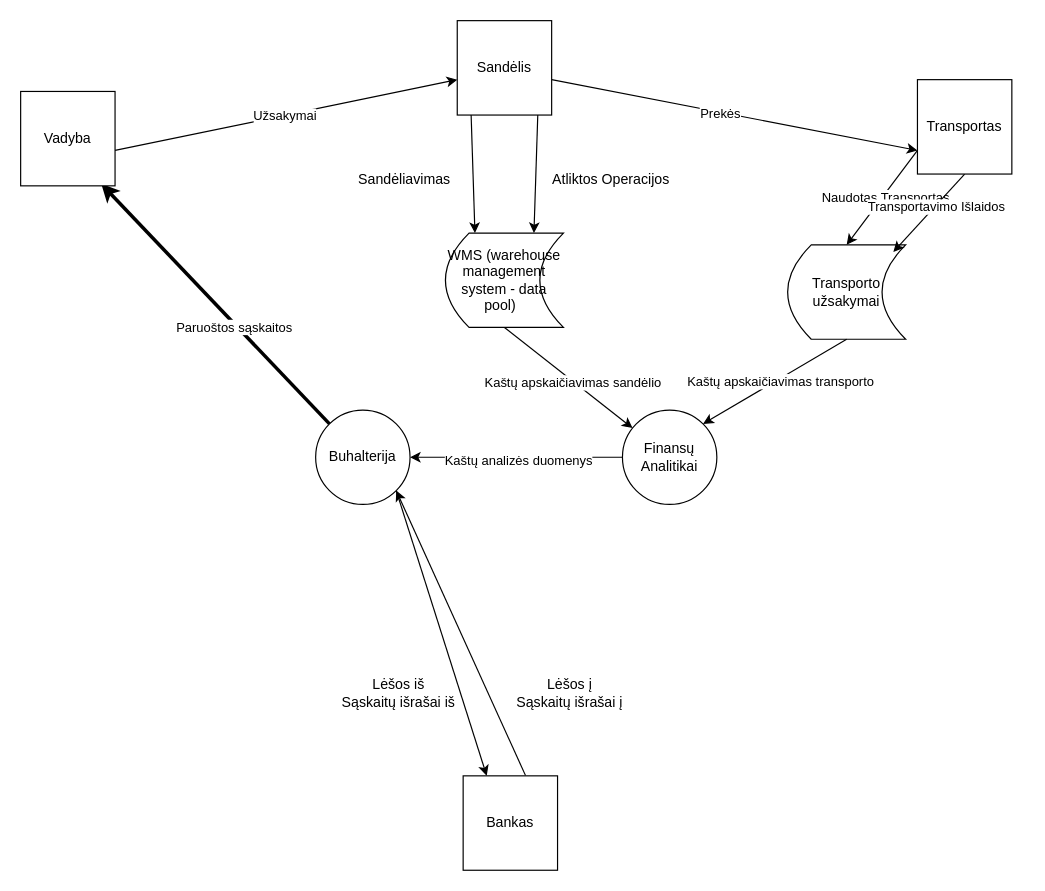
D0mazo/Studijos keeps this draw.io diagram as page "Pirmas Lygis" (3 of 4) of Untitled Diagram.drawio. Above is the earlier version. Source tidied: cells renumbered, new cells numbered last; positions are measured from the earlier drawing's top-left corner, leaving out a move shared by most shapes. Both pictures are drawn from the tidied source at 118%, with x=0, y=0 at pixel (20, 20).
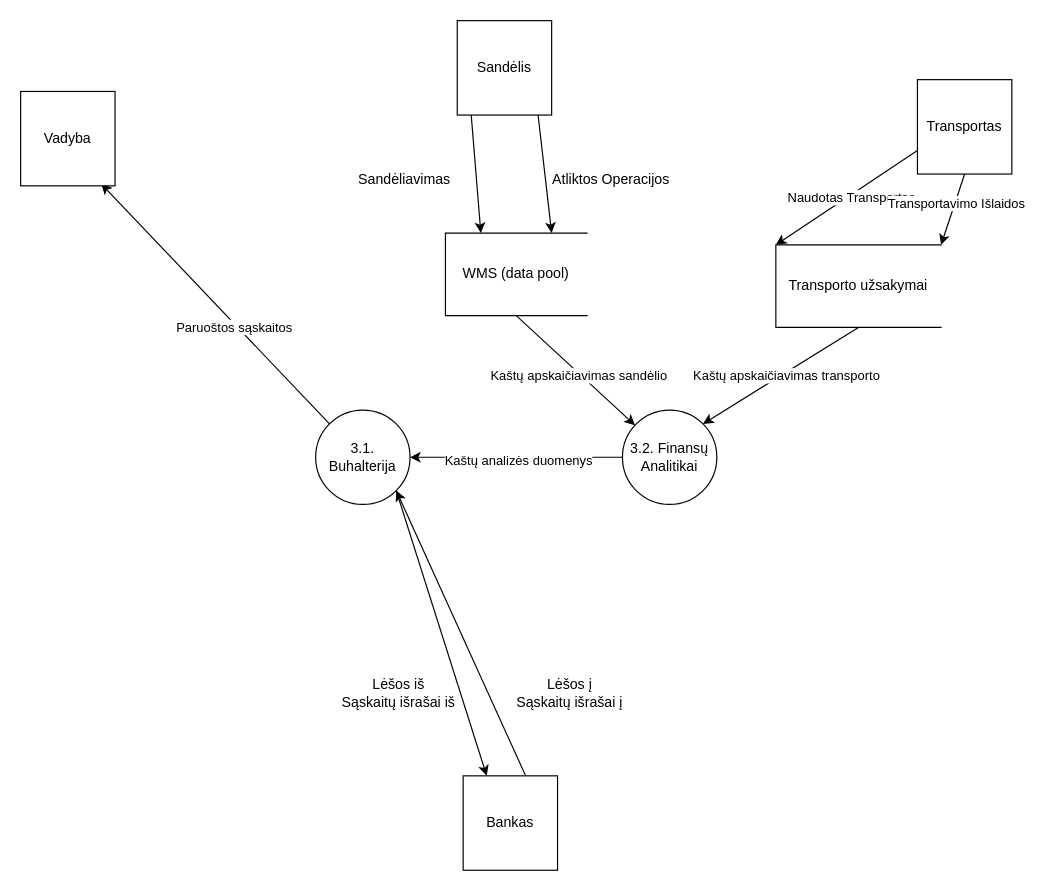
After the change.

The change refers to these unchanged cells:
```xml
<mxCell id="33" value="Transportas" style="whiteSpace=wrap;html=1;" parent="1" vertex="1">
  <mxGeometry x="760" y="50" width="80" height="80" as="geometry" />
</mxCell>
```

What changed in the source:
```diff
@@
-    <mxCell id="7" style="endArrow=classic;html=1;rounded=0;exitX=1;exitY=0.5;exitDx=0;exitDy=0;entryX=0;entryY=0.5;entryDx=0;entryDy=0;" parent="1" edge="1">
-      <mxGeometry relative="1" as="geometry">
-        <mxPoint x="450" y="50" as="sourcePoint" />
-        <mxPoint x="760" y="110" as="targetPoint" />
-      </mxGeometry>
-    </mxCell>
-    <mxCell id="8" value="Prekės" style="edgeLabel;html=1;align=center;verticalAlign=middle;" parent="7" vertex="1">
-      <mxGeometry x="-0.08" y="-1" relative="1" as="geometry" />
-    </mxCell>
-    <mxCell id="9" style="endArrow=classic;html=1;rounded=0;exitX=1;exitY=0.5;exitDx=0;exitDy=0;entryX=0;entryY=0.5;entryDx=0;entryDy=0;" parent="1" edge="1">
-      <mxGeometry relative="1" as="geometry">
-        <mxPoint x="80" y="110" as="sourcePoint" />
-        <mxPoint x="370" y="50" as="targetPoint" />
-      </mxGeometry>
-    </mxCell>
-    <mxCell id="10" value="Užsakymai" style="edgeLabel;html=1;align=center;verticalAlign=middle;" parent="9" vertex="1">
-      <mxGeometry x="-0.01" relative="1" as="geometry" />
-    </mxCell>
-    <mxCell id="11" value="WMS (warehouse management system - data pool)&amp;nbsp;&amp;nbsp;" style="shape=dataStorage;whiteSpace=wrap;html=1;fixedSize=1;" parent="1" vertex="1">
-      <mxGeometry x="360" y="180" width="100" height="80" as="geometry" />
-    </mxCell>
-    <mxCell id="12" style="endArrow=classic;html=1;rounded=0;exitX=0;exitY=1;exitDx=0;exitDy=0;entryX=0.25;entryY=0;entryDx=0;entryDy=0;" parent="1" edge="1" target="11">
+    <mxCell id="12" style="endArrow=classic;html=1;rounded=0;exitX=0;exitY=1;exitDx=0;exitDy=0;entryX=0.25;entryY=0;entryDx=0;entryDy=0;" parent="1" edge="1" target="34">
       <mxGeometry relative="1" as="geometry">
         <mxPoint x="381.7" y="78.3" as="sourcePoint" />
       </mxGeometry>
     </mxCell>
@@
-    <mxCell id="15" style="endArrow=classic;html=1;rounded=0;exitX=1;exitY=1;exitDx=0;exitDy=0;entryX=0.75;entryY=0;entryDx=0;entryDy=0;" parent="1" edge="1" target="11">
+    <mxCell id="15" style="endArrow=classic;html=1;rounded=0;exitX=1;exitY=1;exitDx=0;exitDy=0;entryX=0.75;entryY=0;entryDx=0;entryDy=0;" parent="1" edge="1" target="34">
       <mxGeometry relative="1" as="geometry">
         <mxPoint x="438.3" y="78.3" as="sourcePoint" />
       </mxGeometry>
     </mxCell>
-    <mxCell id="16" value="Transporto užsakymai" style="shape=dataStorage;whiteSpace=wrap;html=1;fixedSize=1;" parent="1" vertex="1">
-      <mxGeometry x="650" y="190" width="100" height="80" as="geometry" />
-    </mxCell>
-    <mxCell id="17" style="endArrow=classic;html=1;rounded=0;exitX=0;exitY=0.5;exitDx=0;exitDy=0;entryX=0.5;entryY=0;entryDx=0;entryDy=0;" parent="1" edge="1" target="16">
+    <mxCell id="17" style="endArrow=classic;html=1;rounded=0;exitX=0;exitY=0.5;exitDx=0;exitDy=0;entryX=0;entryY=0;entryDx=0;entryDy=0;" parent="1" edge="1" target="16">
       <mxGeometry relative="1" as="geometry">
         <mxPoint x="760" y="110" as="sourcePoint" />
       </mxGeometry>
     </mxCell>
@@
-    <mxCell id="19" style="endArrow=classic;html=1;rounded=0;entryX=0.896;entryY=0.075;entryDx=0;entryDy=0;entryPerimeter=0;exitX=0.5;exitY=1;exitDx=0;exitDy=0;" parent="1" edge="1" source="33" target="16">
+    <mxCell id="19" style="endArrow=classic;html=1;rounded=0;entryX=1;entryY=0;entryDx=0;entryDy=0;exitX=0.5;exitY=1;exitDx=0;exitDy=0;" parent="1" edge="1" source="33" target="16">
       <mxGeometry relative="1" as="geometry" />
     </mxCell>
@@
-    <mxCell id="21" value="Finansų Analitikai" style="ellipse;whiteSpace=wrap;html=1;" parent="1" vertex="1">
+    <mxCell id="21" value="3.2. Finansų Analitikai" style="ellipse;whiteSpace=wrap;html=1;" parent="1" vertex="1">
       <mxGeometry x="510" y="330" width="80" height="80" as="geometry" />
     </mxCell>
-    <mxCell id="22" value="Buhalterija" style="ellipse;whiteSpace=wrap;html=1;" parent="1" vertex="1">
+    <mxCell id="22" value="3.1. Buhalterija" style="ellipse;whiteSpace=wrap;html=1;" parent="1" vertex="1">
       <mxGeometry x="250" y="330" width="80" height="80" as="geometry" />
     </mxCell>
-    <mxCell id="23" style="endArrow=classic;html=1;rounded=0;exitX=0.5;exitY=1;exitDx=0;exitDy=0;" parent="1" edge="1" source="11" target="21">
+    <mxCell id="23" style="endArrow=classic;html=1;rounded=0;exitX=0.5;exitY=1;exitDx=0;exitDy=0;" parent="1" edge="1" source="34" target="21">
       <mxGeometry relative="1" as="geometry" />
     </mxCell>
@@
-    <mxCell id="29" style="endArrow=classic;html=1;rounded=0;exitX=0;exitY=0;exitDx=0;exitDy=0;entryX=1;entryY=1;entryDx=0;entryDy=0;strokeWidth=3;" parent="1" edge="1" source="22">
+    <mxCell id="29" style="endArrow=classic;html=1;rounded=0;exitX=0;exitY=0;exitDx=0;exitDy=0;entryX=1;entryY=1;entryDx=0;entryDy=0;strokeWidth=1;" parent="1" edge="1" source="22">
       <mxGeometry relative="1" as="geometry">
         <mxPoint x="68.3" y="138.3" as="targetPoint" />
       </mxGeometry>
     </mxCell>
@@
+    <mxCell id="34" value="WMS (data pool)" style="html=1;dashed=0;whiteSpace=wrap;shape=partialRectangle;right=0;" parent="1" vertex="1">
+      <mxGeometry x="360" y="180" width="120" height="70" as="geometry" />
+    </mxCell>
+    <mxCell id="16" value="Transporto užsakymai" style="html=1;dashed=0;whiteSpace=wrap;shape=partialRectangle;right=0;" parent="1" vertex="1">
+      <mxGeometry x="640" y="190" width="140" height="70" as="geometry" />
+    </mxCell>
```
